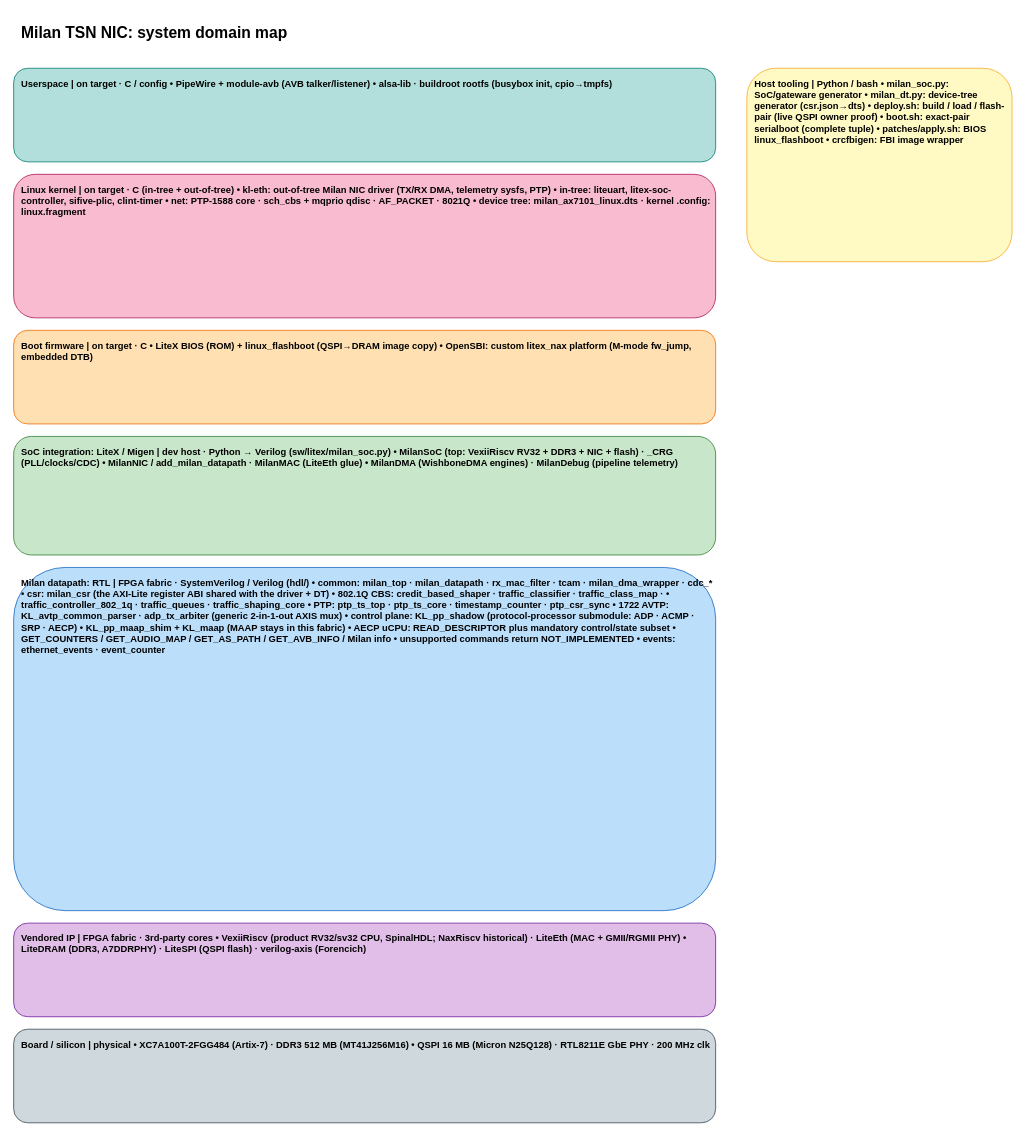
Before: docs/SYSTEM_DOMAIN_MAP.drawio in kebag-logic/milan-fpga, a draw.io diagram. Source tidied: cells renumbered, new cells numbered last; positions are measured from the earlier drawing's top-left corner, leaving out a move shared by most shapes. Both pictures are drawn from the tidied source at 78%, with x=0, y=0 at pixel (13, 13).
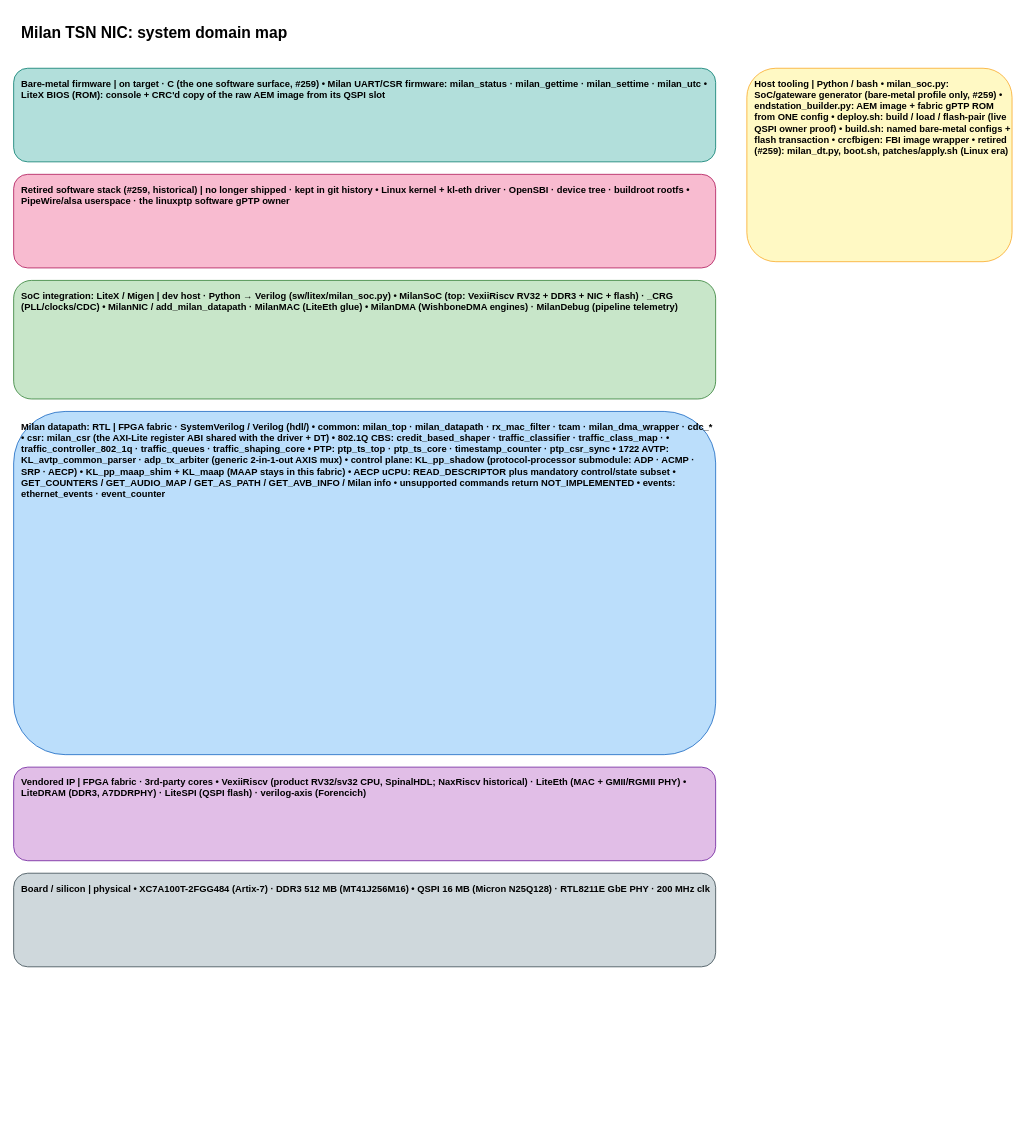
The same page after the edit.

Diff of the diagram source:
```diff
@@
 <mxGraphModel>
   <root>
     <mxCell id="0" />
     <mxCell id="1" parent="0" />
     <mxCell id="2" value="Milan TSN NIC: system domain map" style="rounded=1;whiteSpace=wrap;html=1;fillColor=none;strokeColor=none;fontSize=20;align=left;verticalAlign=top;spacingLeft=8;spacingTop=6;fontStyle=1;" parent="1" vertex="1">
       <mxGeometry width="700" height="30" as="geometry" />
     </mxCell>
-    <mxCell id="3" value="Userspace   |   on target · C / config  • PipeWire + module-avb (AVB talker/listener) • alsa-lib · buildroot rootfs (busybox init, cpio→tmpfs)" style="rounded=1;whiteSpace=wrap;html=1;fillColor=#B2DFDB;strokeColor=#00796B;fontSize=12;align=left;verticalAlign=top;spacingLeft=8;spacingTop=6;fontStyle=1;" parent="1" vertex="1">
+    <mxCell id="3" value="Bare-metal firmware   |   on target · C (the one software surface, #259)  • Milan UART/CSR firmware: milan_status · milan_gettime · milan_settime · milan_utc • LiteX BIOS (ROM): console + CRC'd copy of the raw AEM image from its QSPI slot" style="rounded=1;whiteSpace=wrap;html=1;fillColor=#B2DFDB;strokeColor=#00796B;fontSize=12;align=left;verticalAlign=top;spacingLeft=8;spacingTop=6;fontStyle=1;" parent="1" vertex="1">
       <mxGeometry y="70" width="900" height="120" as="geometry" />
     </mxCell>
-    <mxCell id="4" value="Linux kernel   |   on target · C (in-tree + out-of-tree)  • kl-eth: out-of-tree Milan NIC driver (TX/RX DMA, telemetry sysfs, PTP) • in-tree: liteuart, litex-soc-controller, sifive-plic, clint-timer • net: PTP-1588 core · sch_cbs + mqprio qdisc · AF_PACKET · 8021Q • device tree: milan_ax7101_linux.dts  ·  kernel .config: linux.fragment" style="rounded=1;whiteSpace=wrap;html=1;fillColor=#F8BBD0;strokeColor=#AD1457;fontSize=12;align=left;verticalAlign=top;spacingLeft=8;spacingTop=6;fontStyle=1;" parent="1" vertex="1">
-      <mxGeometry y="206" width="900" height="184" as="geometry" />
+    <mxCell id="4" value="Retired software stack (#259, historical)   |   no longer shipped · kept in git history  • Linux kernel + kl-eth driver · OpenSBI · device tree · buildroot rootfs • PipeWire/alsa userspace · the linuxptp software gPTP owner" style="rounded=1;whiteSpace=wrap;html=1;fillColor=#F8BBD0;strokeColor=#AD1457;fontSize=12;align=left;verticalAlign=top;spacingLeft=8;spacingTop=6;fontStyle=1;" parent="1" vertex="1">
+      <mxGeometry y="206" width="900" height="120" as="geometry" />
     </mxCell>
-    <mxCell id="5" value="Boot firmware   |   on target · C  • LiteX BIOS (ROM) + linux_flashboot (QSPI→DRAM image copy) • OpenSBI: custom litex_nax platform (M-mode fw_jump, embedded DTB)" style="rounded=1;whiteSpace=wrap;html=1;fillColor=#FFE0B2;strokeColor=#EF6C00;fontSize=12;align=left;verticalAlign=top;spacingLeft=8;spacingTop=6;fontStyle=1;" parent="1" vertex="1">
-      <mxGeometry y="406" width="900" height="120" as="geometry" />
+    <mxCell id="5" value="SoC integration: LiteX / Migen   |   dev host · Python → Verilog  (sw/litex/milan_soc.py)  • MilanSoC (top: VexiiRiscv RV32 + DDR3 + NIC + flash)   ·   _CRG (PLL/clocks/CDC) • MilanNIC / add_milan_datapath   ·   MilanMAC (LiteEth glue) • MilanDMA (WishboneDMA engines)   ·   MilanDebug (pipeline telemetry)" style="rounded=1;whiteSpace=wrap;html=1;fillColor=#C8E6C9;strokeColor=#2E7D32;fontSize=12;align=left;verticalAlign=top;spacingLeft=8;spacingTop=6;fontStyle=1;" parent="1" vertex="1">
+      <mxGeometry y="342" width="900" height="152" as="geometry" />
     </mxCell>
-    <mxCell id="6" value="SoC integration: LiteX / Migen   |   dev host · Python → Verilog  (sw/litex/milan_soc.py)  • MilanSoC (top: VexiiRiscv RV32 + DDR3 + NIC + flash)   ·   _CRG (PLL/clocks/CDC) • MilanNIC / add_milan_datapath   ·   MilanMAC (LiteEth glue) • MilanDMA (WishboneDMA engines)   ·   MilanDebug (pipeline telemetry)" style="rounded=1;whiteSpace=wrap;html=1;fillColor=#C8E6C9;strokeColor=#2E7D32;fontSize=12;align=left;verticalAlign=top;spacingLeft=8;spacingTop=6;fontStyle=1;" parent="1" vertex="1">
-      <mxGeometry y="542" width="900" height="152" as="geometry" />
+    <mxCell id="6" value="Milan datapath: RTL   |   FPGA fabric · SystemVerilog / Verilog  (hdl/)  • common: milan_top · milan_datapath · rx_mac_filter · tcam · milan_dma_wrapper · cdc_* • csr: milan_csr  (the AXI-Lite register ABI shared with the driver + DT) • 802.1Q CBS: credit_based_shaper · traffic_classifier · traffic_class_map · •             traffic_controller_802_1q · traffic_queues · traffic_shaping_core • PTP: ptp_ts_top · ptp_ts_core · timestamp_counter · ptp_csr_sync • 1722 AVTP: KL_avtp_common_parser   ·   adp_tx_arbiter (generic 2-in-1-out AXIS mux) • control plane: KL_pp_shadow (protocol-processor submodule: ADP · ACMP · SRP · AECP) •                KL_pp_maap_shim + KL_maap  (MAAP stays in this fabric) •                AECP uCPU: READ_DESCRIPTOR plus mandatory control/state subset •                GET_COUNTERS / GET_AUDIO_MAP / GET_AS_PATH / GET_AVB_INFO / Milan info •                unsupported commands return NOT_IMPLEMENTED • events: ethernet_events · event_counter" style="rounded=1;whiteSpace=wrap;html=1;fillColor=#BBDEFB;strokeColor=#1565C0;fontSize=12;align=left;verticalAlign=top;spacingLeft=8;spacingTop=6;fontStyle=1;" parent="1" vertex="1">
+      <mxGeometry y="510" width="900" height="440" as="geometry" />
     </mxCell>
-    <mxCell id="7" value="Milan datapath: RTL   |   FPGA fabric · SystemVerilog / Verilog  (hdl/)  • common: milan_top · milan_datapath · rx_mac_filter · tcam · milan_dma_wrapper · cdc_* • csr: milan_csr  (the AXI-Lite register ABI shared with the driver + DT) • 802.1Q CBS: credit_based_shaper · traffic_classifier · traffic_class_map · •             traffic_controller_802_1q · traffic_queues · traffic_shaping_core • PTP: ptp_ts_top · ptp_ts_core · timestamp_counter · ptp_csr_sync • 1722 AVTP: KL_avtp_common_parser   ·   adp_tx_arbiter (generic 2-in-1-out AXIS mux) • control plane: KL_pp_shadow (protocol-processor submodule: ADP · ACMP · SRP · AECP) •                KL_pp_maap_shim + KL_maap  (MAAP stays in this fabric) •                AECP uCPU: READ_DESCRIPTOR plus mandatory control/state subset •                GET_COUNTERS / GET_AUDIO_MAP / GET_AS_PATH / GET_AVB_INFO / Milan info •                unsupported commands return NOT_IMPLEMENTED • events: ethernet_events · event_counter" style="rounded=1;whiteSpace=wrap;html=1;fillColor=#BBDEFB;strokeColor=#1565C0;fontSize=12;align=left;verticalAlign=top;spacingLeft=8;spacingTop=6;fontStyle=1;" parent="1" vertex="1">
-      <mxGeometry y="710" width="900" height="440" as="geometry" />
+    <mxCell id="7" value="Vendored IP   |   FPGA fabric · 3rd-party cores  • VexiiRiscv (product RV32/sv32 CPU, SpinalHDL; NaxRiscv historical)   ·   LiteEth (MAC + GMII/RGMII PHY) • LiteDRAM (DDR3, A7DDRPHY)   ·   LiteSPI (QSPI flash)   ·   verilog-axis (Forencich)" style="rounded=1;whiteSpace=wrap;html=1;fillColor=#E1BEE7;strokeColor=#6A1B9A;fontSize=12;align=left;verticalAlign=top;spacingLeft=8;spacingTop=6;fontStyle=1;" parent="1" vertex="1">
+      <mxGeometry y="966" width="900" height="120" as="geometry" />
     </mxCell>
-    <mxCell id="8" value="Vendored IP   |   FPGA fabric · 3rd-party cores  • VexiiRiscv (product RV32/sv32 CPU, SpinalHDL; NaxRiscv historical)   ·   LiteEth (MAC + GMII/RGMII PHY) • LiteDRAM (DDR3, A7DDRPHY)   ·   LiteSPI (QSPI flash)   ·   verilog-axis (Forencich)" style="rounded=1;whiteSpace=wrap;html=1;fillColor=#E1BEE7;strokeColor=#6A1B9A;fontSize=12;align=left;verticalAlign=top;spacingLeft=8;spacingTop=6;fontStyle=1;" parent="1" vertex="1">
-      <mxGeometry y="1166" width="900" height="120" as="geometry" />
+    <mxCell id="8" value="Board / silicon   |   physical  • XC7A100T-2FGG484 (Artix-7)  ·  DDR3 512 MB (MT41J256M16) • QSPI 16 MB (Micron N25Q128)  ·  RTL8211E GbE PHY  ·  200 MHz clk" style="rounded=1;whiteSpace=wrap;html=1;fillColor=#CFD8DC;strokeColor=#37474F;fontSize=12;align=left;verticalAlign=top;spacingLeft=8;spacingTop=6;fontStyle=1;" parent="1" vertex="1">
+      <mxGeometry y="1102" width="900" height="120" as="geometry" />
     </mxCell>
-    <mxCell id="9" value="Board / silicon   |   physical  • XC7A100T-2FGG484 (Artix-7)  ·  DDR3 512 MB (MT41J256M16) • QSPI 16 MB (Micron N25Q128)  ·  RTL8211E GbE PHY  ·  200 MHz clk" style="rounded=1;whiteSpace=wrap;html=1;fillColor=#CFD8DC;strokeColor=#37474F;fontSize=12;align=left;verticalAlign=top;spacingLeft=8;spacingTop=6;fontStyle=1;" parent="1" vertex="1">
-      <mxGeometry y="1302" width="900" height="120" as="geometry" />
+    <mxCell id="9" value="Host tooling   |   Python / bash  • milan_soc.py: SoC/gateware generator (bare-metal profile only, #259) • endstation_builder.py: AEM image + fabric gPTP ROM from ONE config • deploy.sh: build / load / flash-pair (live QSPI owner proof) • build.sh: named bare-metal configs + flash transaction • crcfbigen: FBI image wrapper • retired (#259): milan_dt.py, boot.sh, patches/apply.sh (Linux era)" style="rounded=1;whiteSpace=wrap;html=1;fillColor=#FFF9C4;strokeColor=#F9A825;fontSize=12;align=left;verticalAlign=top;spacingLeft=8;spacingTop=6;fontStyle=1;" parent="1" vertex="1">
+      <mxGeometry x="940" y="70" width="340" height="248" as="geometry" />
     </mxCell>
-    <mxCell id="10" value="Host tooling   |   Python / bash  • milan_soc.py: SoC/gateware generator • milan_dt.py: device-tree generator (csr.json→dts) • deploy.sh: build / load / flash-pair (live QSPI owner proof) • boot.sh: exact-pair serialboot (complete tuple) • patches/apply.sh: BIOS linux_flashboot • crcfbigen: FBI image wrapper" style="rounded=1;whiteSpace=wrap;html=1;fillColor=#FFF9C4;strokeColor=#F9A825;fontSize=12;align=left;verticalAlign=top;spacingLeft=8;spacingTop=6;fontStyle=1;" parent="1" vertex="1">
-      <mxGeometry x="940" y="70" width="340" height="248" as="geometry" />
-    </mxCell>
   </root>
 </mxGraphModel>
```
